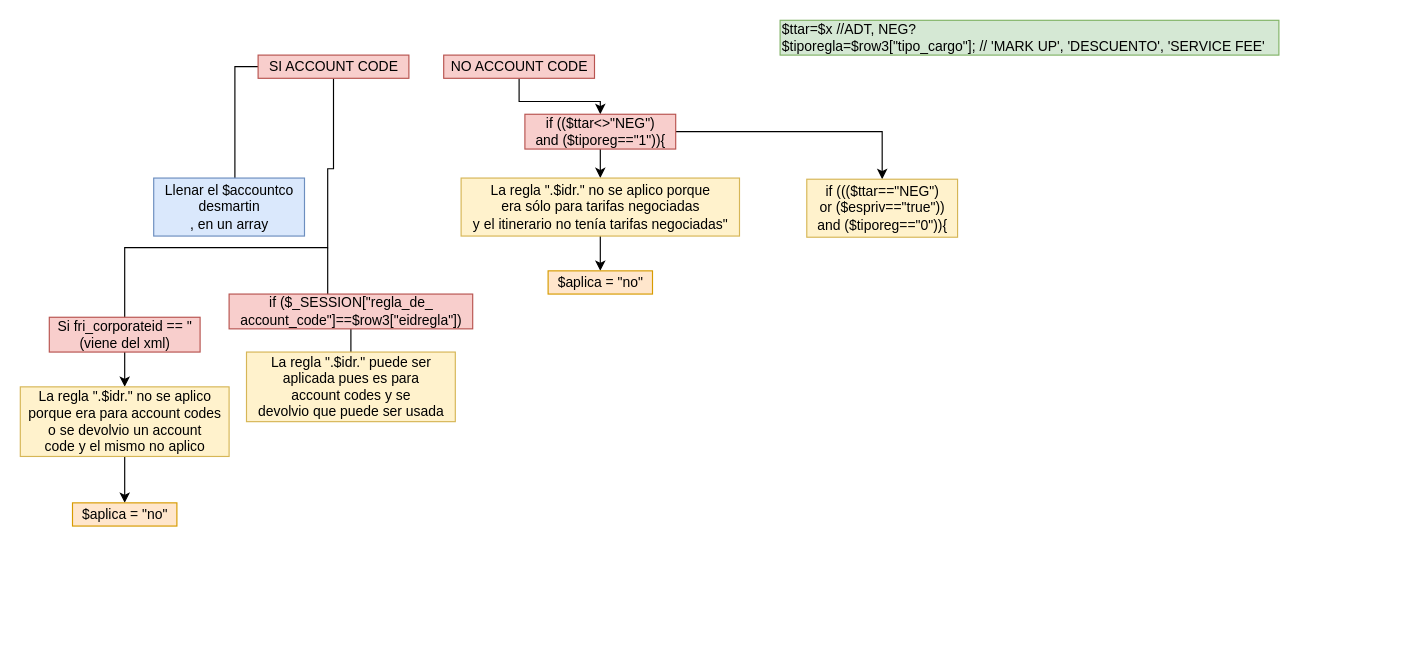
tomaslvidal/bootstrap-4-setting-and-diagram-use keeps this draw.io diagram as Untitled Diagram.drawio. Above is the earlier version. Source tidied: cells renumbered, new cells numbered last; positions are measured from the earlier drawing's top-left corner, leaving out a move shared by most shapes. Both pictures are drawn from the tidied source at 116%, with x=0, y=0 at pixel (20, 20).
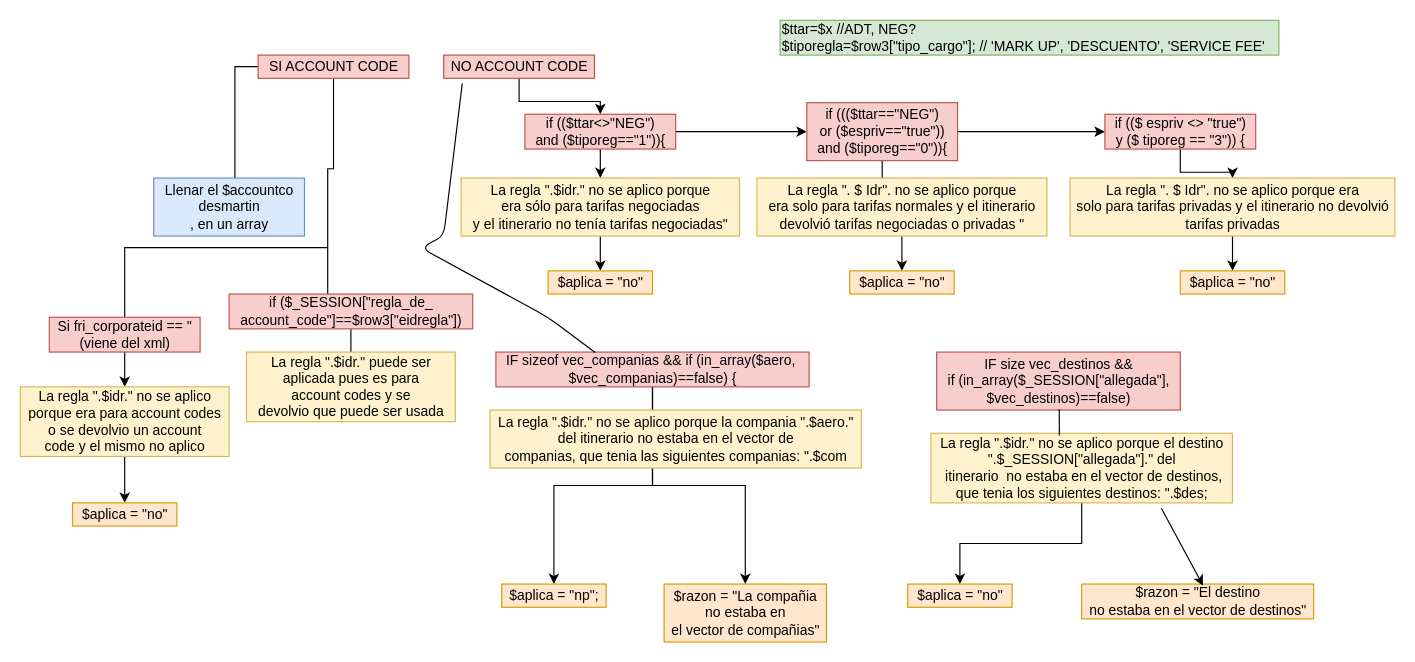
The same page after the edit.

The change refers to these unchanged cells:
```xml
<mxCell id="11" value="NO ACCOUNT CODE&lt;br&gt;" style="text;html=1;align=center;verticalAlign=middle;points=[];fillColor=#f8cecc;strokeColor=#b85450;" parent="1" vertex="1">
  <mxGeometry x="365" y="30" width="130" height="20" as="geometry" />
</mxCell>
```

The edit, as a diff of the source:
```diff
@@
+    <mxCell id="25" style="edgeStyle=orthogonalEdgeStyle;rounded=0;jettySize=auto;html=1;" parent="1" edge="1" source="24" target="33">
+      <mxGeometry relative="1" as="geometry" />
+    </mxCell>
+    <mxCell id="26" style="edgeStyle=orthogonalEdgeStyle;rounded=0;jettySize=auto;html=1;" parent="1" edge="1" source="24" target="28">
+      <mxGeometry relative="1" as="geometry" />
+    </mxCell>
-    <mxCell id="24" value="if ((($ttar==&quot;NEG&quot;) &lt;br&gt;or ($espriv==&quot;true&quot;)) &lt;br&gt;and ($tiporeg==&quot;0&quot;)){" style="text;html=1;align=center;verticalAlign=middle;points=[];fillColor=#fff2cc;strokeColor=#d6b656;" parent="1" vertex="1">
-      <mxGeometry x="678" y="137" width="130" height="50" as="geometry" />
+    <mxCell id="24" value="if ((($ttar==&quot;NEG&quot;) &lt;br&gt;or ($espriv==&quot;true&quot;)) &lt;br&gt;and ($tiporeg==&quot;0&quot;)){" style="text;html=1;align=center;verticalAlign=middle;points=[];fillColor=#f8cecc;strokeColor=#b85450;" parent="1" vertex="1">
+      <mxGeometry x="678" y="71" width="130" height="50" as="geometry" />
     </mxCell>
+    <mxCell id="27" style="edgeStyle=orthogonalEdgeStyle;rounded=0;jettySize=auto;html=1;" parent="1" edge="1" source="28" target="30">
+      <mxGeometry relative="1" as="geometry" />
+    </mxCell>
+    <mxCell id="28" value="if (($ espriv &amp;lt;&amp;gt; &quot;true&quot;) &lt;br&gt;y ($ tiporeg == &quot;3&quot;)) {" style="text;html=1;align=center;verticalAlign=middle;points=[];fillColor=#f8cecc;strokeColor=#b85450;" parent="1" vertex="1">
+      <mxGeometry x="935" y="81" width="130" height="30" as="geometry" />
+    </mxCell>
+    <mxCell id="29" style="edgeStyle=orthogonalEdgeStyle;rounded=0;jettySize=auto;html=1;" parent="1" edge="1" source="30" target="31">
+      <mxGeometry relative="1" as="geometry" />
+    </mxCell>
+    <mxCell id="30" value="La regla &quot;. $ Idr&quot;. no se aplico porque era &lt;br&gt;solo para tarifas privadas y el itinerario no devolvió &lt;br&gt;tarifas privadas" style="text;html=1;align=center;verticalAlign=middle;points=[];fillColor=#fff2cc;strokeColor=#d6b656;" parent="1" vertex="1">
+      <mxGeometry x="905" y="136" width="280" height="50" as="geometry" />
+    </mxCell>
+    <mxCell id="31" value="$aplica = &quot;no&quot;" style="text;html=1;align=center;verticalAlign=middle;points=[];fillColor=#ffe6cc;strokeColor=#d79b00;" parent="1" vertex="1">
+      <mxGeometry x="1000" y="216" width="90" height="20" as="geometry" />
+    </mxCell>
+    <mxCell id="32" style="edgeStyle=orthogonalEdgeStyle;rounded=0;jettySize=auto;html=1;" parent="1" edge="1" source="33" target="34">
+      <mxGeometry relative="1" as="geometry" />
+    </mxCell>
+    <mxCell id="33" value="La regla &quot;. $ Idr&quot;. no se aplico porque&lt;br&gt;era solo para tarifas normales y el itinerario&lt;br&gt;devolvió tarifas negociadas o privadas &quot;" style="text;html=1;align=center;verticalAlign=middle;points=[];fillColor=#fff2cc;strokeColor=#d6b656;" parent="1" vertex="1">
+      <mxGeometry x="635" y="136" width="250" height="50" as="geometry" />
+    </mxCell>
+    <mxCell id="34" value="$aplica = &quot;no&quot;" style="text;html=1;align=center;verticalAlign=middle;points=[];fillColor=#ffe6cc;strokeColor=#d79b00;" parent="1" vertex="1">
+      <mxGeometry x="715" y="216" width="90" height="20" as="geometry" />
+    </mxCell>
+    <mxCell id="35" style="edgeStyle=orthogonalEdgeStyle;rounded=0;jettySize=auto;html=1;" parent="1" edge="1" source="37" target="39">
+      <mxGeometry relative="1" as="geometry" />
+    </mxCell>
+    <mxCell id="36" style="edgeStyle=orthogonalEdgeStyle;rounded=0;jettySize=auto;html=1;" parent="1" edge="1" source="37" target="38">
+      <mxGeometry relative="1" as="geometry" />
+    </mxCell>
+    <mxCell id="37" value="IF sizeof vec_companias&amp;nbsp;&lt;span&gt;&amp;amp;&amp;amp; if (in_array($aero,&amp;nbsp;&lt;/span&gt;&lt;br&gt;$vec_companias)==false) {" style="text;html=1;align=center;verticalAlign=middle;points=[];fillColor=#f8cecc;strokeColor=#b85450;" parent="1" vertex="1">
+      <mxGeometry x="410" y="286" width="270" height="30" as="geometry" />
+    </mxCell>
+    <mxCell id="38" value="$razon = &quot;La compañia &lt;br&gt;no estaba en &lt;br&gt;el vector de compañias&quot;" style="text;html=1;align=center;verticalAlign=middle;points=[];fillColor=#ffe6cc;strokeColor=#d79b00;" parent="1" vertex="1">
+      <mxGeometry x="555" y="486" width="140" height="50" as="geometry" />
+    </mxCell>
+    <mxCell id="39" value="$aplica = &quot;np&quot;;" style="text;html=1;align=center;verticalAlign=middle;points=[];fillColor=#ffe6cc;strokeColor=#d79b00;" parent="1" vertex="1">
+      <mxGeometry x="415" y="486" width="90" height="20" as="geometry" />
+    </mxCell>
+    <mxCell id="40" value="La regla &quot;.$idr.&quot; no se aplico porque la compania &quot;.$aero.&quot; &lt;br&gt;del itinerario no estaba en el vector de &lt;br&gt;companias, que tenia las siguientes companias: &quot;.$com" style="text;html=1;align=center;verticalAlign=middle;fillColor=#fff2cc;strokeColor=#d6b656;" parent="1" vertex="1">
+      <mxGeometry x="405" y="336" width="320" height="50" as="geometry" />
+    </mxCell>
+    <mxCell id="41" style="endArrow=none;html=1;entryX=0.123;entryY=1.217;entryDx=0;entryDy=0;entryPerimeter=0;exitX=0.317;exitY=0.011;exitDx=0;exitDy=0;exitPerimeter=0;" parent="1" edge="1" source="37" target="11">
+      <mxGeometry relative="1" as="geometry">
+        <Array as="points">
+          <mxPoint x="455" y="256" />
+          <mxPoint x="345" y="196" />
+          <mxPoint x="365" y="186" />
+        </Array>
+      </mxGeometry>
+    </mxCell>
+    <mxCell id="42" value="IF size vec_destinos &amp;amp;&amp;amp;&lt;br&gt;if (in_array($_SESSION[&quot;allegada&quot;],&lt;br&gt;$vec_destinos)==false)" style="text;html=1;align=center;verticalAlign=middle;points=[];fillColor=#f8cecc;strokeColor=#b85450;" parent="1" vertex="1">
+      <mxGeometry x="790" y="286" width="210" height="50" as="geometry" />
+    </mxCell>
+    <mxCell id="43" style="edgeStyle=orthogonalEdgeStyle;rounded=0;jettySize=auto;html=1;" parent="1" edge="1" source="44" target="45">
+      <mxGeometry relative="1" as="geometry" />
+    </mxCell>
+    <mxCell id="44" value="La regla &quot;.$idr.&quot; no se aplico porque el destino &lt;br&gt;&quot;.$_SESSION[&quot;allegada&quot;].&quot; del&lt;br&gt;&amp;nbsp;itinerario&amp;nbsp; no estaba en el vector de destinos, &lt;br&gt;que tenia los siguientes destinos: &quot;.$des;" style="text;html=1;align=center;verticalAlign=middle;points=[];fillColor=#fff2cc;strokeColor=#d6b656;" parent="1" vertex="1">
+      <mxGeometry x="785" y="356" width="260" height="60" as="geometry" />
+    </mxCell>
+    <mxCell id="45" value="$aplica = &quot;no&quot;" style="text;html=1;align=center;verticalAlign=middle;points=[];fillColor=#ffe6cc;strokeColor=#d79b00;" parent="1" vertex="1">
+      <mxGeometry x="765" y="486" width="90" height="20" as="geometry" />
+    </mxCell>
+    <mxCell id="46" style="endArrow=none;html=1;exitX=0.503;exitY=0.987;exitDx=0;exitDy=0;exitPerimeter=0;entryX=0.426;entryY=0.033;entryDx=0;entryDy=0;entryPerimeter=0;" parent="1" edge="1" source="42" target="44">
+      <mxGeometry relative="1" as="geometry" />
+    </mxCell>
+    <mxCell id="47" value="$razon = &quot;El destino &lt;br&gt;no estaba en el vector de destinos&quot;" style="text;html=1;align=center;verticalAlign=middle;points=[];fillColor=#ffe6cc;strokeColor=#d79b00;" parent="1" vertex="1">
+      <mxGeometry x="915" y="486" width="200" height="30" as="geometry" />
+    </mxCell>
+    <mxCell id="48" style="endArrow=classic;html=1;exitX=0.764;exitY=1.078;exitDx=0;exitDy=0;exitPerimeter=0;entryX=0.523;entryY=0.044;entryDx=0;entryDy=0;entryPerimeter=0;" parent="1" edge="1" source="44" target="47">
+      <mxGeometry relative="1" as="geometry" />
+    </mxCell>
```
